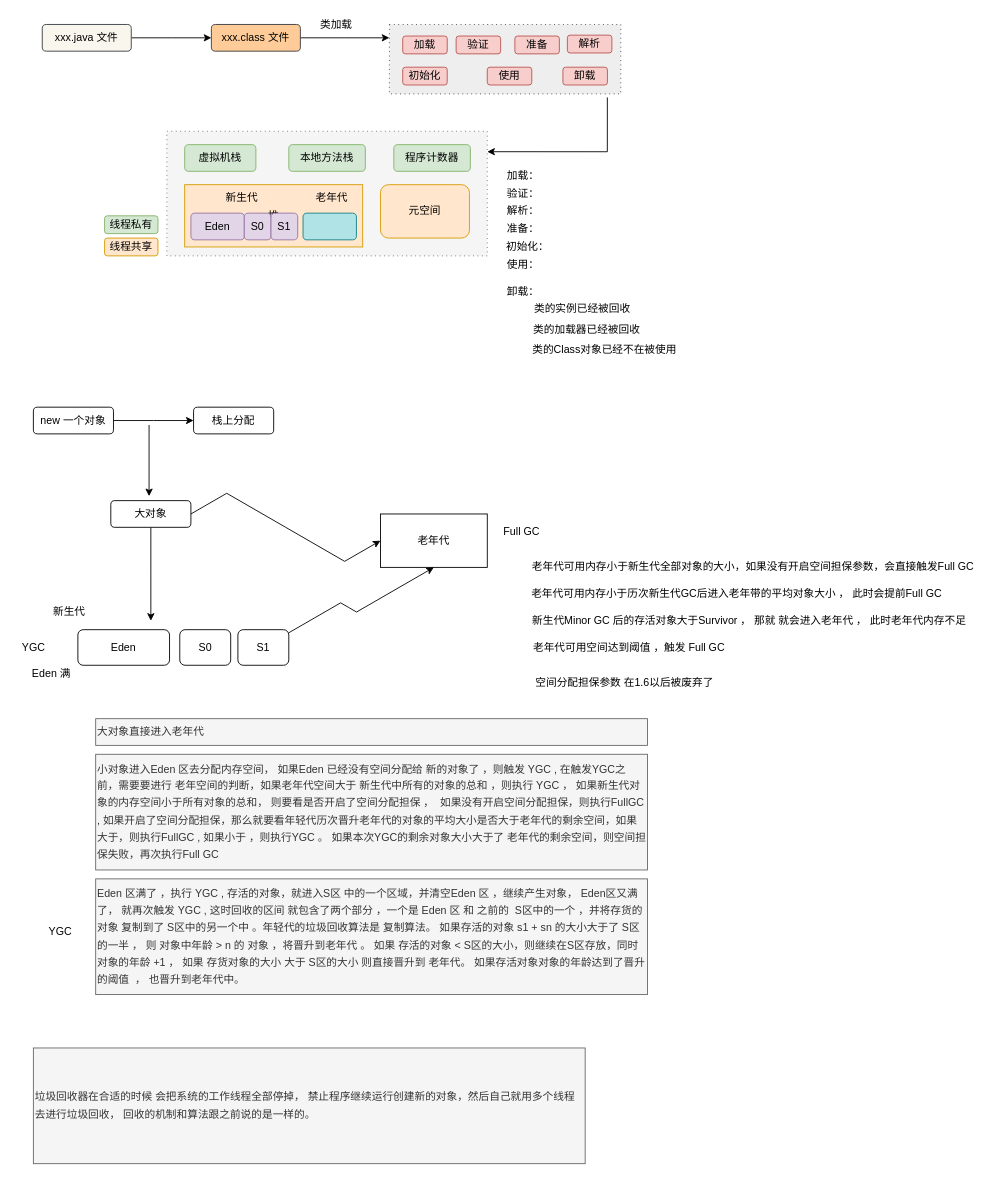
Above: page "原理知识" (1 of 3) of JVM.drawio in topyuluo/photo-project (draw.io), before the change. Source tidied: cells renumbered, new cells numbered last; positions are measured from the earlier drawing's top-left corner, leaving out a move shared by most shapes. Both pictures are drawn from the tidied source at 89%, with x=0, y=0 at pixel (15, 15).
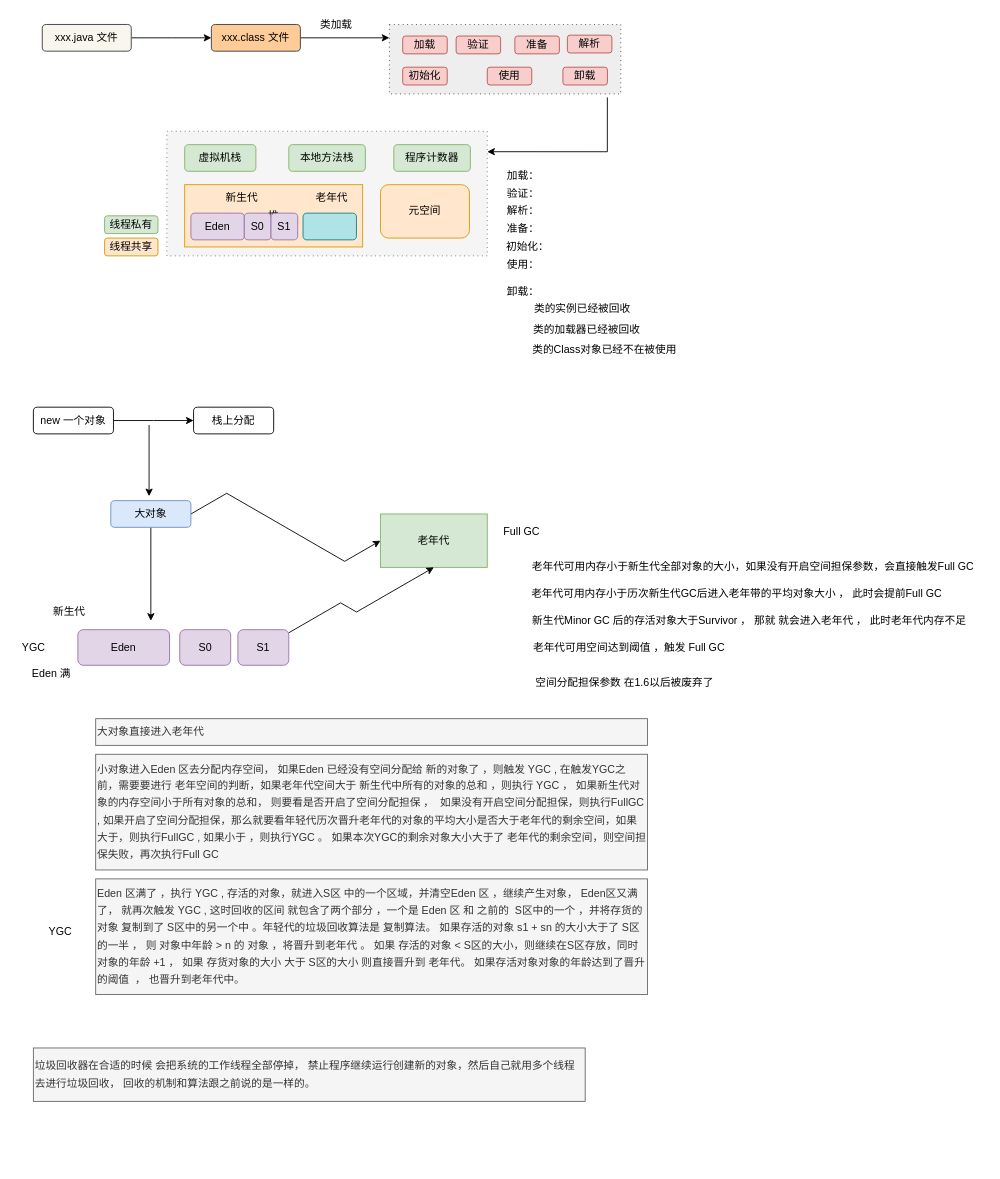
The same diagram, later.

Unchanged cells that the change refers to:
```xml
<mxCell id="52" style="group;" parent="1" vertex="1">
  <mxGeometry x="70" y="690" width="237" height="40" as="geometry" />
</mxCell>
```

Change to the diagram source:
```diff
@@
-    <mxCell id="47" value="大对象" style="rounded=1;whiteSpace=wrap;html=1;" parent="1" vertex="1">
+    <mxCell id="47" value="大对象" style="rounded=1;whiteSpace=wrap;html=1;fillColor=#dae8fc;strokeColor=#6c8ebf;" parent="1" vertex="1">
       <mxGeometry x="107" y="545" width="90" height="30" as="geometry" />
     </mxCell>
-    <mxCell id="48" value="老年代" style="rounded=0;whiteSpace=wrap;html=1;" parent="1" vertex="1">
+    <mxCell id="48" value="老年代" style="rounded=0;whiteSpace=wrap;html=1;fillColor=#d5e8d4;strokeColor=#82b366;" parent="1" vertex="1">
       <mxGeometry x="410" y="560" width="120" height="60" as="geometry" />
     </mxCell>
@@
-    <mxCell id="53" value="Eden" style="rounded=1;whiteSpace=wrap;html=1;" parent="52" vertex="1">
+    <mxCell id="53" value="Eden" style="rounded=1;whiteSpace=wrap;html=1;fillColor=#e1d5e7;strokeColor=#9673a6;" parent="52" vertex="1">
       <mxGeometry width="103" height="40" as="geometry" />
     </mxCell>
-    <mxCell id="54" value="S0" style="rounded=1;whiteSpace=wrap;html=1;" parent="52" vertex="1">
+    <mxCell id="54" value="S0" style="rounded=1;whiteSpace=wrap;html=1;fillColor=#e1d5e7;strokeColor=#9673a6;" parent="52" vertex="1">
       <mxGeometry x="114.5" width="57.2" height="40" as="geometry" />
     </mxCell>
-    <mxCell id="55" value="S1" style="rounded=1;whiteSpace=wrap;html=1;" parent="52" vertex="1">
+    <mxCell id="55" value="S1" style="rounded=1;whiteSpace=wrap;html=1;fillColor=#e1d5e7;strokeColor=#9673a6;" parent="52" vertex="1">
       <mxGeometry x="179.8" width="57.2" height="40" as="geometry" />
     </mxCell>
@@
     <mxCell id="62" value="&lt;p style=&quot;line-height: 160%&quot;&gt;垃圾回收器在合适的时候 会把系统的工作线程全部停掉， 禁止程序继续运行创建新的对象，然后自己就用多个线程去进行垃圾回收， 回收的机制和算法跟之前说的是一样的。&lt;/p&gt;" style="text;html=1;strokeColor=#666666;fillColor=#f5f5f5;align=left;verticalAlign=middle;whiteSpace=wrap;rounded=0;fontColor=#333333;" parent="1" vertex="1">
-      <mxGeometry x="20" y="1160" width="620" height="130" as="geometry" />
+      <mxGeometry x="20" y="1160" width="620" height="60" as="geometry" />
     </mxCell>
```
